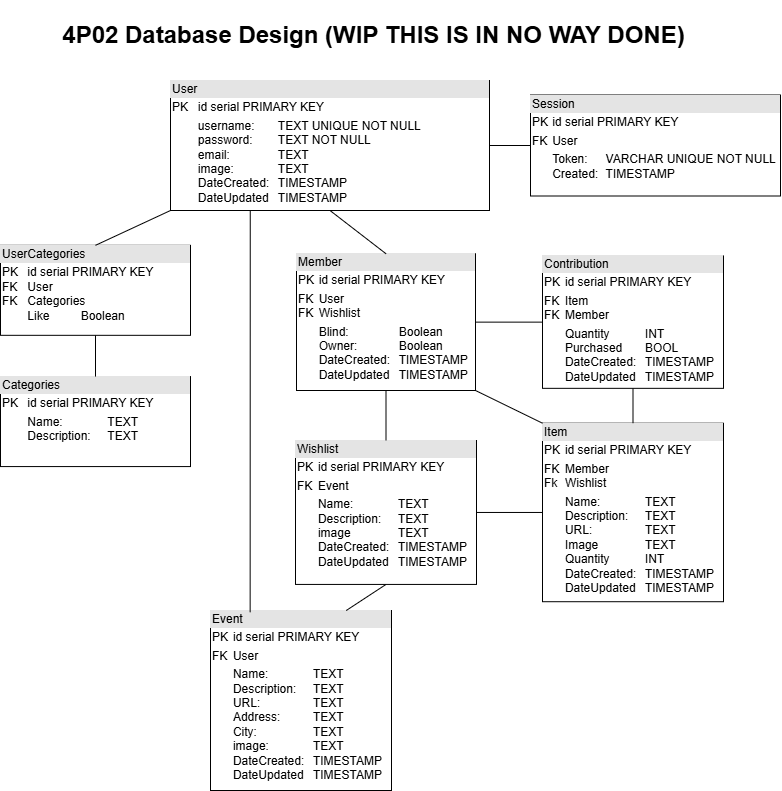
Above: backend/4P02-Database-UML.png in Nicholas-Parise/4P02-course-project (draw.io), before the change. Source tidied: cells renumbered, new cells last; positions are measured from the earlier drawing's top-left corner, leaving out a move shared by most shapes.
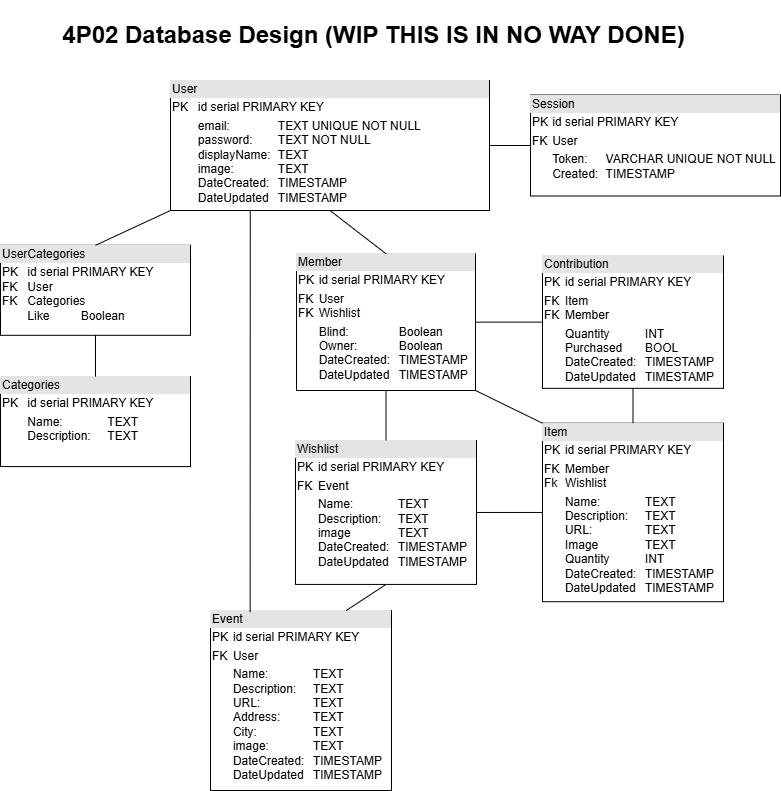
Later version of the same file.

Change to the diagram source:
```diff
@@ -2,7 +2,7 @@
   <root>
     <mxCell id="0" />
     <mxCell id="1" parent="0" />
-    <mxCell id="2" value="&lt;div style=&quot;box-sizing: border-box; width: 100%; background: rgb(228, 228, 228); padding: 2px;&quot;&gt;User&lt;/div&gt;&lt;table style=&quot;width:100%;font-size:1em;&quot; cellpadding=&quot;2&quot; cellspacing=&quot;0&quot;&gt;&lt;tbody&gt;&lt;tr&gt;&lt;td&gt;PK&lt;/td&gt;&lt;td&gt;id serial PRIMARY KEY&lt;/td&gt;&lt;/tr&gt;&lt;tr&gt;&lt;td&gt;&lt;br&gt;&lt;/td&gt;&lt;td&gt;username:&lt;span style=&quot;white-space: pre;&quot;&gt;&#9;&lt;/span&gt;TEXT&amp;nbsp;UNIQUE NOT NULL&lt;br&gt;password:&lt;span style=&quot;white-space: pre;&quot;&gt;&#9;&lt;/span&gt;TEXT&amp;nbsp;NOT NULL&lt;br&gt;email:&amp;nbsp;&lt;span style=&quot;white-space: pre;&quot;&gt;&#9;&lt;/span&gt;&lt;span style=&quot;white-space: pre;&quot;&gt;&#9;&lt;/span&gt;TEXT&lt;br&gt;image:&lt;span style=&quot;white-space: pre;&quot;&gt;&#9;&lt;/span&gt;&lt;span style=&quot;white-space: pre;&quot;&gt;&#9;&lt;/span&gt;TEXT&lt;br&gt;DateCreated:&lt;span style=&quot;white-space: pre;&quot;&gt;&#9;&lt;/span&gt;TIMESTAMP&lt;br&gt;DateUpdated&lt;span style=&quot;white-space: pre;&quot;&gt;&#9;&lt;/span&gt;TIMESTAMP&lt;/td&gt;&lt;/tr&gt;&lt;/tbody&gt;&lt;/table&gt;" style="verticalAlign=top;align=left;overflow=fill;html=1;whiteSpace=wrap;" parent="1" vertex="1">
+    <mxCell id="2" value="&lt;div style=&quot;box-sizing: border-box; width: 100%; background: rgb(228, 228, 228); padding: 2px;&quot;&gt;User&lt;/div&gt;&lt;table style=&quot;width:100%;font-size:1em;&quot; cellpadding=&quot;2&quot; cellspacing=&quot;0&quot;&gt;&lt;tbody&gt;&lt;tr&gt;&lt;td&gt;PK&lt;/td&gt;&lt;td&gt;id serial PRIMARY KEY&lt;/td&gt;&lt;/tr&gt;&lt;tr&gt;&lt;td&gt;&lt;br&gt;&lt;/td&gt;&lt;td&gt;email:&amp;nbsp;&lt;span style=&quot;white-space: pre;&quot;&gt;&#9;&lt;/span&gt;&lt;span style=&quot;white-space: pre;&quot;&gt;&#9;&lt;/span&gt;TEXT UNIQUE NOT NULL&lt;br&gt;password:&lt;span style=&quot;white-space: pre;&quot;&gt;&#9;&lt;/span&gt;TEXT&amp;nbsp;NOT NULL&lt;br&gt;displayName:&lt;span style=&quot;white-space: pre;&quot;&gt;&#9;&lt;/span&gt;TEXT&lt;br&gt;image:&lt;span style=&quot;white-space: pre;&quot;&gt;&#9;&lt;/span&gt;&lt;span style=&quot;white-space: pre;&quot;&gt;&#9;&lt;/span&gt;TEXT&lt;br&gt;DateCreated:&lt;span style=&quot;white-space: pre;&quot;&gt;&#9;&lt;/span&gt;TIMESTAMP&lt;br&gt;DateUpdated&lt;span style=&quot;white-space: pre;&quot;&gt;&#9;&lt;/span&gt;TIMESTAMP&lt;/td&gt;&lt;/tr&gt;&lt;/tbody&gt;&lt;/table&gt;" style="verticalAlign=top;align=left;overflow=fill;html=1;whiteSpace=wrap;" parent="1" vertex="1">
       <mxGeometry x="170" y="80" width="319" height="130" as="geometry" />
     </mxCell>
     <mxCell id="3" value="&lt;div style=&quot;box-sizing: border-box; width: 100%; background: rgb(228, 228, 228); padding: 2px;&quot;&gt;Item&lt;/div&gt;&lt;table style=&quot;width:100%;font-size:1em;&quot; cellpadding=&quot;2&quot; cellspacing=&quot;0&quot;&gt;&lt;tbody&gt;&lt;tr&gt;&lt;td&gt;PK&lt;/td&gt;&lt;td&gt;id serial PRIMARY KEY&lt;br&gt;&lt;/td&gt;&lt;/tr&gt;&lt;tr&gt;&lt;td&gt;FK&lt;br&gt;Fk&lt;/td&gt;&lt;td&gt;Member&lt;br&gt;Wishlist&lt;/td&gt;&lt;/tr&gt;&lt;tr&gt;&lt;td&gt;&lt;br&gt;&lt;/td&gt;&lt;td&gt;Name:&lt;span style=&quot;white-space: pre;&quot;&gt;&#9;&lt;span style=&quot;white-space: pre;&quot;&gt;&#9;&lt;/span&gt;&lt;/span&gt;TEXT&lt;br&gt;Description:&lt;span style=&quot;white-space: pre;&quot;&gt;&#9;&lt;/span&gt;TEXT&lt;br&gt;URL:&lt;span style=&quot;white-space: pre;&quot;&gt;&#9;&lt;span style=&quot;white-space: pre;&quot;&gt;&#9;&lt;/span&gt;&lt;/span&gt;TEXT&lt;br&gt;Image&lt;span style=&quot;white-space: pre;&quot;&gt;&#9;&lt;/span&gt;&lt;span style=&quot;white-space: pre;&quot;&gt;&#9;&lt;/span&gt;TEXT&lt;br&gt;Quantity&lt;span style=&quot;white-space: pre;&quot;&gt;&#9;&lt;/span&gt;&lt;span style=&quot;white-space: pre;&quot;&gt;&#9;&lt;/span&gt;INT&lt;br&gt;DateCreated:&lt;span style=&quot;white-space: pre;&quot;&gt;&#9;&lt;/span&gt;TIMESTAMP&lt;br&gt;DateUpdated&lt;span style=&quot;white-space: pre;&quot;&gt;&#9;&lt;/span&gt;TIMESTAMP&lt;/td&gt;&lt;/tr&gt;&lt;/tbody&gt;&lt;/table&gt;" style="verticalAlign=top;align=left;overflow=fill;html=1;whiteSpace=wrap;" parent="1" vertex="1">
```
